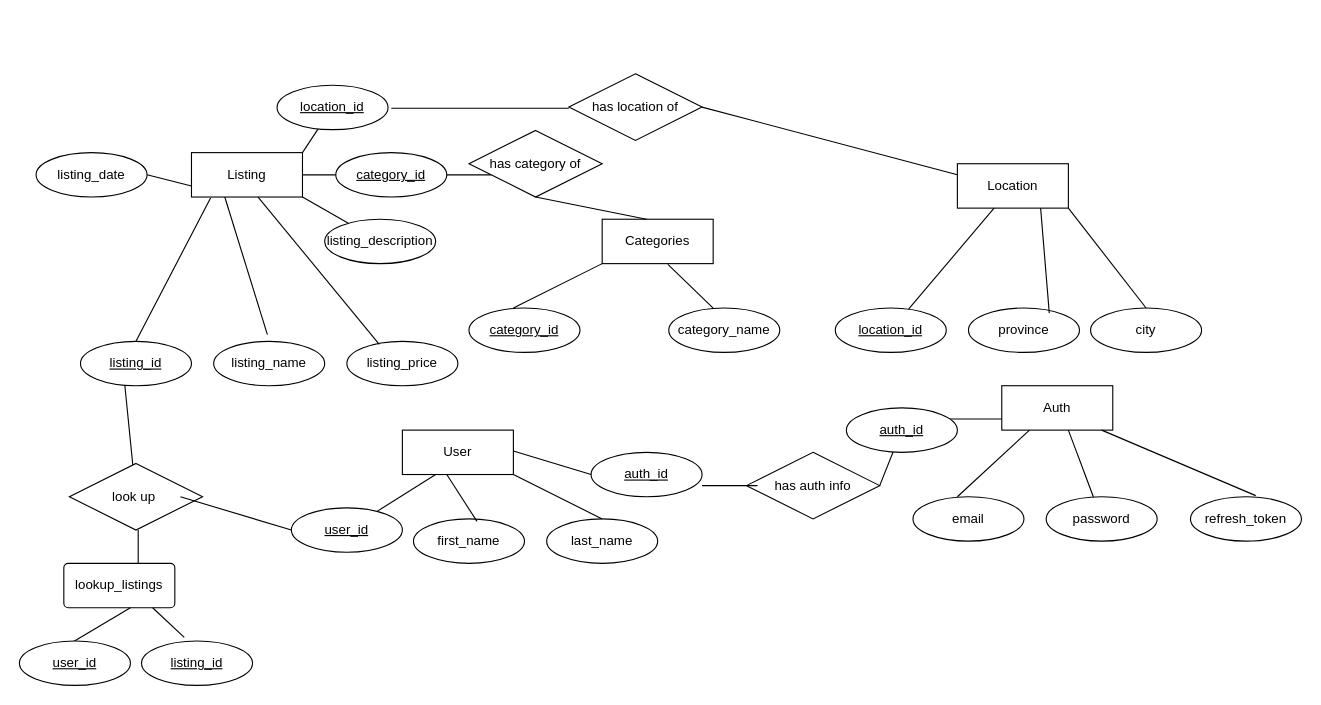
Earlier version of the draw.io diagram Untitled Diagram.drawio (mattfrancis888/bcnfdatabase). Source tidied: cells renumbered, new cells numbered last; positions are measured from the earlier drawing's top-left corner, leaving out a move shared by most shapes. Both pictures are drawn from the tidied source at 111%, with x=0, y=0 at pixel (19, 73).
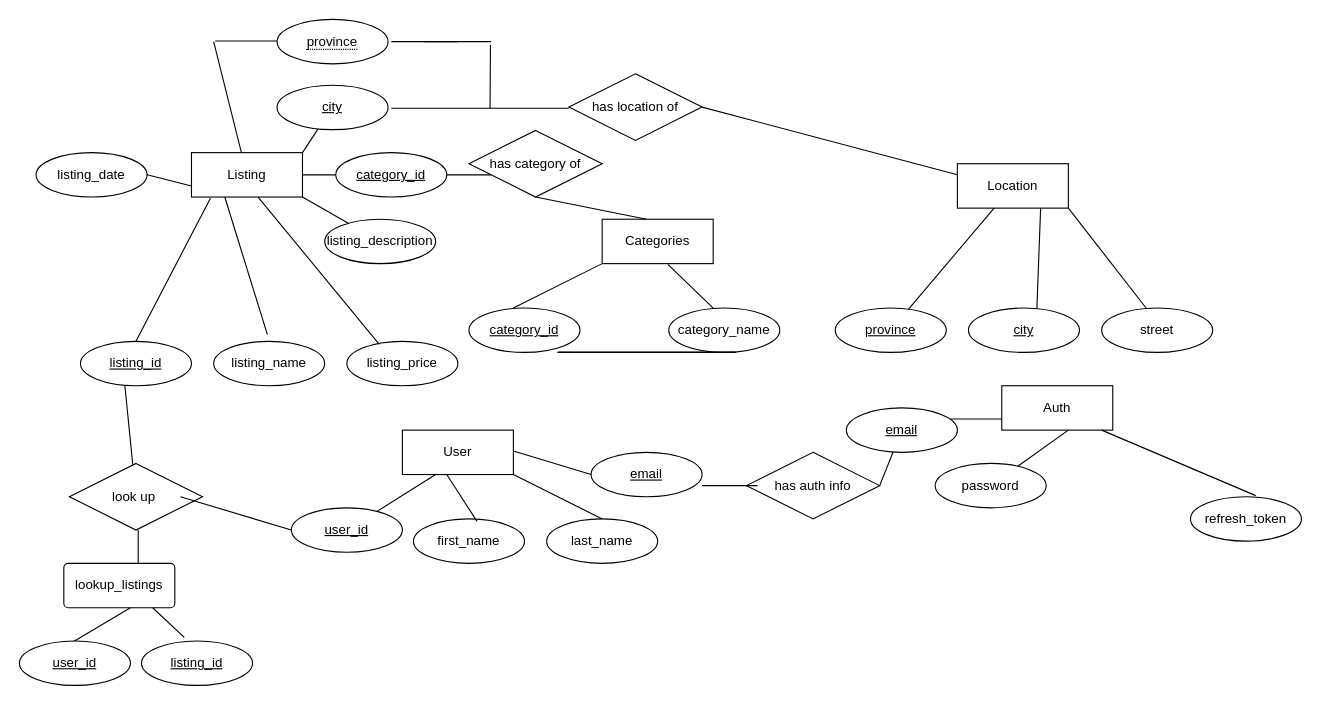
The same diagram, later.

Unchanged cells that the change refers to:
```xml
<mxCell id="4" value="Auth&lt;br&gt;" style="whiteSpace=wrap;html=1;align=center;" parent="1" vertex="1">
  <mxGeometry x="885" y="281" width="100" height="40" as="geometry" />
</mxCell>
<mxCell id="6" value="Location" style="whiteSpace=wrap;html=1;align=center;" parent="1" vertex="1">
  <mxGeometry x="845" y="81" width="100" height="40" as="geometry" />
</mxCell>
<mxCell id="7" value="Listing" style="whiteSpace=wrap;html=1;align=center;" parent="1" vertex="1">
  <mxGeometry x="155" y="71" width="100" height="40" as="geometry" />
</mxCell>
```

Change to the diagram source:
```diff
@@
-    <mxCell id="16" value="location_id" style="ellipse;whiteSpace=wrap;html=1;align=center;fontStyle=4;" parent="1" vertex="1">
+    <mxCell id="16" value="province" style="ellipse;whiteSpace=wrap;html=1;align=center;fontStyle=4;" parent="1" vertex="1">
       <mxGeometry x="735" y="211" width="100" height="40" as="geometry" />
     </mxCell>
@@
-    <mxCell id="21" value="province" style="ellipse;whiteSpace=wrap;html=1;align=center;" parent="1" vertex="1">
-      <mxGeometry x="855" y="211" width="100" height="40" as="geometry" />
-    </mxCell>
-    <mxCell id="22" value="city" style="ellipse;whiteSpace=wrap;html=1;align=center;" parent="1" vertex="1">
-      <mxGeometry x="965" y="211" width="100" height="40" as="geometry" />
-    </mxCell>
-    <mxCell id="23" style="endArrow=none;html=1;rounded=0;entryX=0.5;entryY=0;entryDx=0;entryDy=0;" parent="1" edge="1" target="22">
+    <mxCell id="23" style="endArrow=none;html=1;rounded=0;entryX=0.5;entryY=0;entryDx=0;entryDy=0;" parent="1" edge="1">
       <mxGeometry relative="1" as="geometry">
         <mxPoint x="945" y="121" as="sourcePoint" />
+        <mxPoint x="1015" y="211" as="targetPoint" />
       </mxGeometry>
     </mxCell>
-    <mxCell id="24" style="endArrow=none;html=1;rounded=0;entryX=0.728;entryY=0.115;entryDx=0;entryDy=0;entryPerimeter=0;exitX=0.75;exitY=1;exitDx=0;exitDy=0;" parent="1" edge="1" source="6" target="21">
+    <mxCell id="24" style="endArrow=none;html=1;rounded=0;entryX=0.616;entryY=0.022;entryDx=0;entryDy=0;entryPerimeter=0;exitX=0.75;exitY=1;exitDx=0;exitDy=0;" parent="1" edge="1" source="6" target="22">
       <mxGeometry relative="1" as="geometry" />
     </mxCell>
@@
-    <mxCell id="26" value="email" style="ellipse;whiteSpace=wrap;html=1;align=center;" parent="1" vertex="1">
-      <mxGeometry x="805" y="381" width="100" height="40" as="geometry" />
-    </mxCell>
     <mxCell id="27" value="password" style="ellipse;whiteSpace=wrap;html=1;align=center;" parent="1" vertex="1">
-      <mxGeometry x="925" y="381" width="100" height="40" as="geometry" />
+      <mxGeometry x="825" y="351" width="100" height="40" as="geometry" />
     </mxCell>
-    <mxCell id="28" style="endArrow=none;html=1;rounded=0;entryX=0.25;entryY=1;entryDx=0;entryDy=0;" parent="1" edge="1" target="4">
-      <mxGeometry relative="1" as="geometry">
-        <mxPoint x="845" y="381" as="sourcePoint" />
-      </mxGeometry>
-    </mxCell>
@@
-    <mxCell id="44" value="auth_id" style="ellipse;whiteSpace=wrap;html=1;align=center;fontStyle=4;" parent="1" vertex="1">
+    <mxCell id="44" value="email" style="ellipse;whiteSpace=wrap;html=1;align=center;fontStyle=4;" parent="1" vertex="1">
       <mxGeometry x="745" y="301" width="100" height="40" as="geometry" />
     </mxCell>
@@
-    <mxCell id="46" value="location_id" style="ellipse;whiteSpace=wrap;html=1;align=center;fontStyle=4;" parent="1" vertex="1">
+    <mxCell id="46" value="city" style="ellipse;whiteSpace=wrap;html=1;align=center;fontStyle=4;" parent="1" vertex="1">
       <mxGeometry x="232.1" y="10.3" width="100" height="40" as="geometry" />
     </mxCell>
@@
-    <mxCell id="50" value="auth_id" style="ellipse;whiteSpace=wrap;html=1;align=center;fontStyle=4;" parent="1" vertex="1">
+    <mxCell id="50" value="email" style="ellipse;whiteSpace=wrap;html=1;align=center;fontStyle=4;" parent="1" vertex="1">
       <mxGeometry x="515" y="341" width="100" height="40" as="geometry" />
     </mxCell>
@@
+    <mxCell id="65" style="endArrow=none;html=1;rounded=0;" parent="1" edge="1">
+      <mxGeometry relative="1" as="geometry">
+        <mxPoint x="176.4" y="-29.6" as="sourcePoint" />
+        <mxPoint x="233.6" y="-29.6" as="targetPoint" />
+        <Array as="points">
+          <mxPoint x="216.4" y="-29.6" />
+        </Array>
+      </mxGeometry>
+    </mxCell>
+    <mxCell id="66" style="endArrow=none;html=1;rounded=0;" parent="1" edge="1">
+      <mxGeometry relative="1" as="geometry">
+        <mxPoint x="485" y="251" as="sourcePoint" />
+        <mxPoint x="645" y="251" as="targetPoint" />
+      </mxGeometry>
+    </mxCell>
+    <mxCell id="67" style="endArrow=none;html=1;rounded=0;" parent="1" edge="1">
+      <mxGeometry relative="1" as="geometry">
+        <mxPoint x="485" y="251" as="sourcePoint" />
+        <mxPoint x="645" y="251" as="targetPoint" />
+      </mxGeometry>
+    </mxCell>
+    <mxCell id="68" style="endArrow=none;html=1;rounded=0;" parent="1" edge="1">
+      <mxGeometry relative="1" as="geometry">
+        <mxPoint x="485" y="251" as="sourcePoint" />
+        <mxPoint x="645" y="251" as="targetPoint" />
+      </mxGeometry>
+    </mxCell>
+    <mxCell id="69" style="endArrow=none;html=1;rounded=0;" parent="1" edge="1" source="7">
+      <mxGeometry relative="1" as="geometry">
+        <mxPoint x="175" y="-29" as="targetPoint" />
+      </mxGeometry>
+    </mxCell>
+    <mxCell id="21" value="&lt;span style=&quot;border-bottom: 1px dotted&quot;&gt;province&lt;/span&gt;" style="ellipse;whiteSpace=wrap;html=1;align=center;" parent="1" vertex="1">
+      <mxGeometry x="232.1" y="-49" width="100" height="40" as="geometry" />
+    </mxCell>
+    <mxCell id="22" value="city" style="ellipse;whiteSpace=wrap;html=1;align=center;fontStyle=4;" parent="1" vertex="1">
+      <mxGeometry x="855" y="211" width="100" height="40" as="geometry" />
+    </mxCell>
+    <mxCell id="70" value="street" style="ellipse;whiteSpace=wrap;html=1;align=center;" parent="1" vertex="1">
+      <mxGeometry x="975" y="211" width="100" height="40" as="geometry" />
+    </mxCell>
+    <mxCell id="71" style="line;strokeWidth=1;dashed=0;labelPosition=right;align=left;verticalAlign=middle;spacingTop=0;spacingLeft=6;" parent="1" vertex="1">
+      <mxGeometry x="335" y="-34" width="60" height="10" as="geometry" />
+    </mxCell>
+    <mxCell id="72" style="line;strokeWidth=1;dashed=0;labelPosition=right;align=left;verticalAlign=middle;spacingTop=0;spacingLeft=6;points=[];portConstraint=eastwest;" parent="1" vertex="1">
+      <mxGeometry x="365" y="-34" width="60" height="10" as="geometry" />
+    </mxCell>
+    <mxCell id="73" style="endArrow=none;html=1;rounded=0;exitX=0.989;exitY=0.776;exitDx=0;exitDy=0;exitPerimeter=0;" parent="1" edge="1" source="72">
+      <mxGeometry relative="1" as="geometry">
+        <mxPoint x="424" y="31" as="targetPoint" />
+      </mxGeometry>
+    </mxCell>
```
